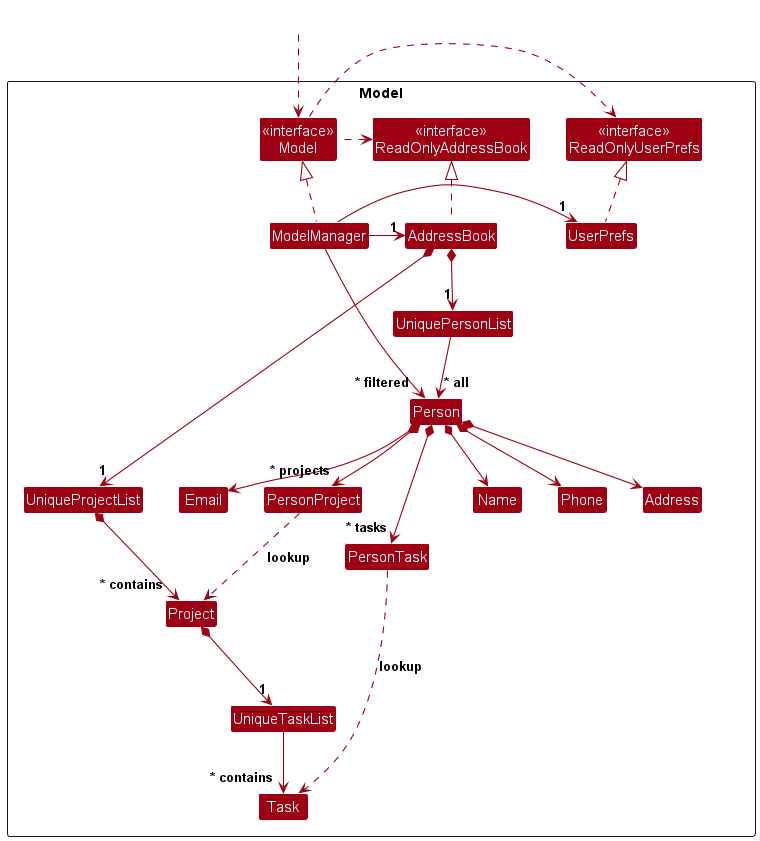
Before: docs/images/ModelClassDiagram.png, a diagram exported from PlantUML (jiaqixu1/tp).
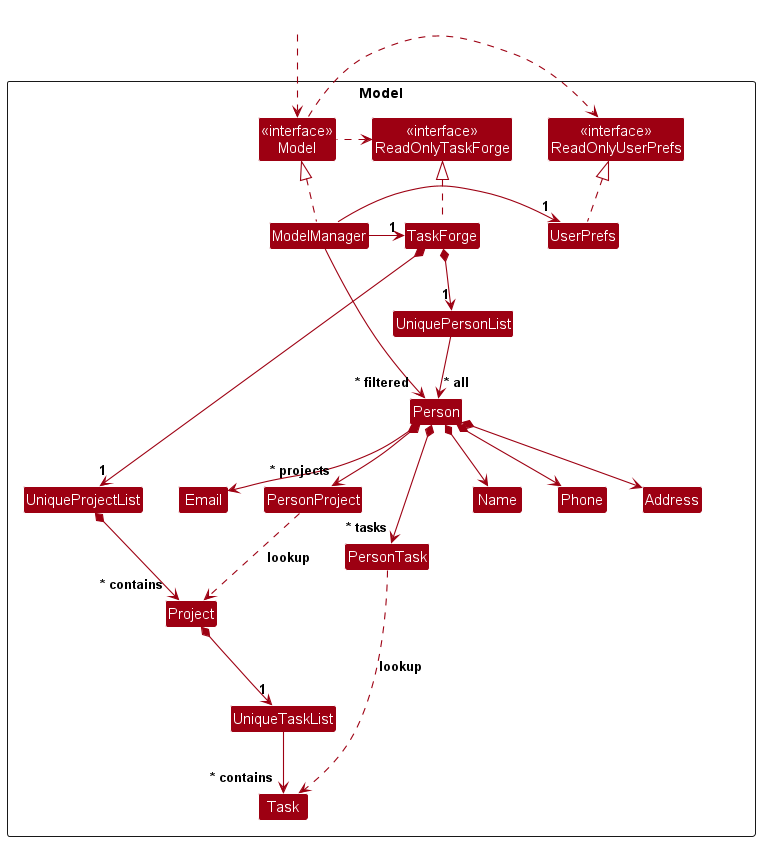
After the commit.

Commit message:
Update Model Class Diagram

The edit, as a diff of the source:
```diff
@@ -5,10 +5,10 @@
 skinparam classBackgroundColor MODEL_COLOR
 
 Package Model as ModelPackage <<Rectangle>>{
-Class "<<interface>>\nReadOnlyAddressBook" as ReadOnlyAddressBook
+Class "<<interface>>\nReadOnlyTaskForge" as ReadOnlyTaskForge
 Class "<<interface>>\nReadOnlyUserPrefs" as ReadOnlyUserPrefs
 Class "<<interface>>\nModel" as Model
-Class AddressBook
+Class TaskForge
 Class ModelManager
 Class UserPrefs
 
@@ -31,17 +31,17 @@
 Class HiddenOutside #FFFFFF
 HiddenOutside ..> Model
 
-AddressBook .up.|> ReadOnlyAddressBook
+TaskForge .up.|> ReadOnlyTaskForge
 
 ModelManager .up.|> Model
 Model .right.> ReadOnlyUserPrefs
-Model .left.> ReadOnlyAddressBook
-ModelManager -left-> "1" AddressBook
+Model .left.> ReadOnlyTaskForge
+ModelManager -left-> "1" TaskForge
 ModelManager -right-> "1" UserPrefs
 UserPrefs .up.|> ReadOnlyUserPrefs
 
-AddressBook *--> "1" UniquePersonList
-AddressBook *--> "1" UniqueProjectList
+TaskForge *--> "1" UniquePersonList
+TaskForge *--> "1" UniqueProjectList
 Project *--> "1" UniqueTaskList
 UniquePersonList --> "~* all" Person
 UniqueProjectList *--> "~* contains" Project
```
